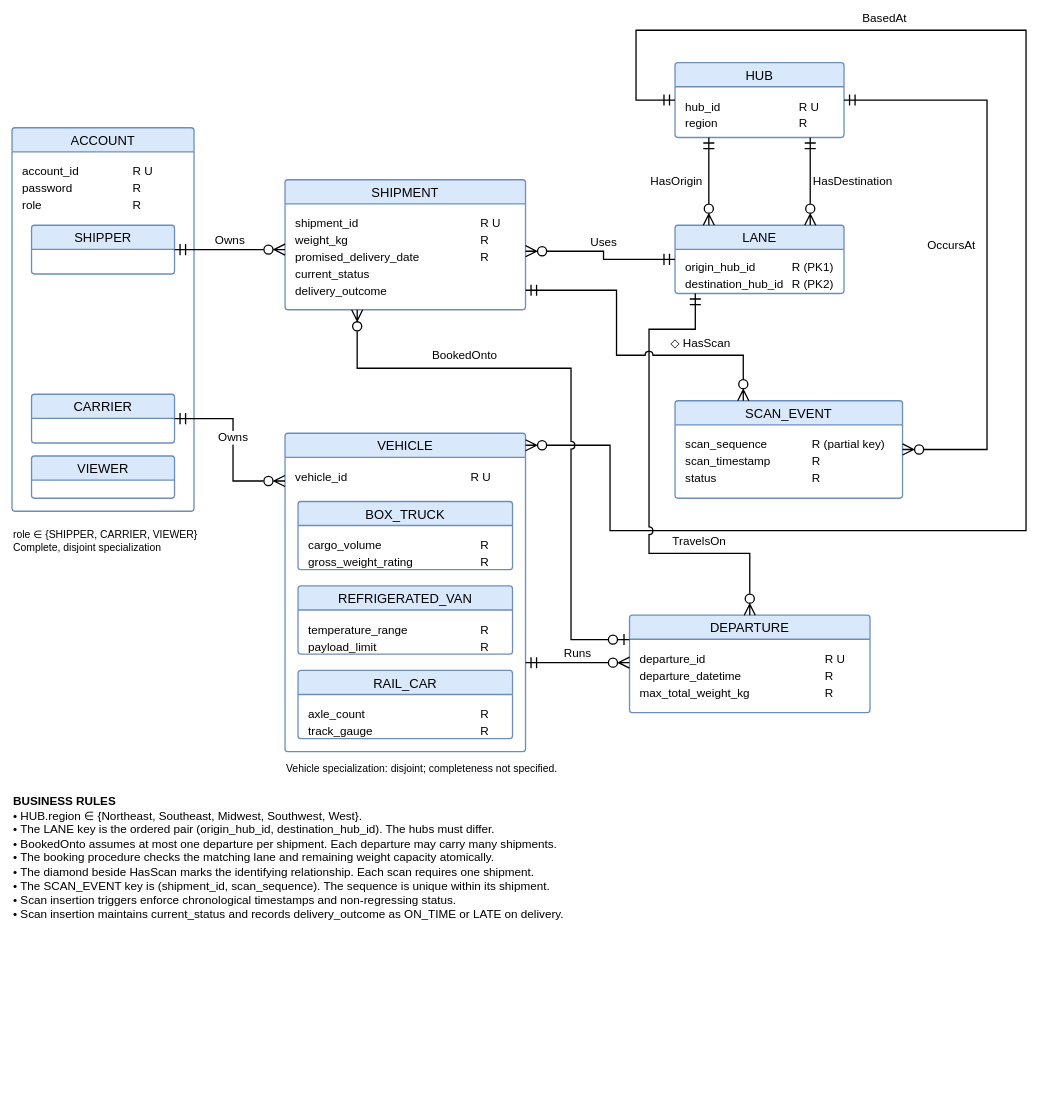
Earlier version of the draw.io diagram diagrams/Final_Revised_ER_Diagram.drawio (Devansh-Khandor/CSC540-Freight-Tracking-System). Source tidied: cells renumbered, new cells numbered last; positions are measured from the earlier drawing's top-left corner, leaving out a move shared by most shapes. Both pictures are drawn from the tidied source at 65%, with x=0, y=0 at pixel (12, 30).
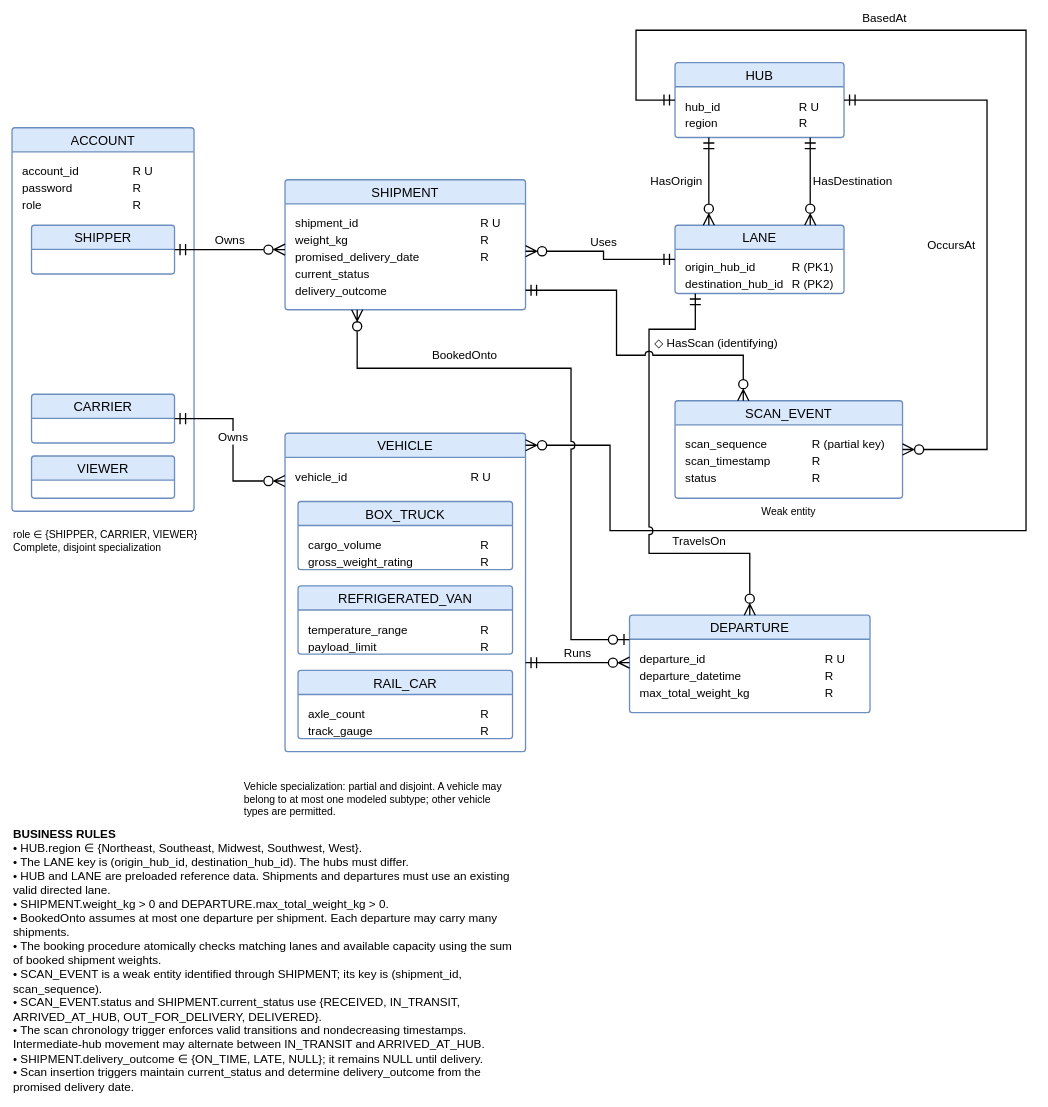
Above is the later version.

Commit message (it also covers changes not shown here):
Finalize ER diagram with weak entity and business rule refinements

The change refers to these unchanged cells:
```xml
<mxCell id="8" value="SHIPMENT" style="swimlane;horizontal=1;startSize=37;rounded=1;fontSize=20;fontStyle=0;strokeWidth=2;shadow=0;dashed=0;align=center;arcSize=4;whiteSpace=wrap;html=1;fillColor=#dae8fc;strokeColor=#6c8ebf;overflow=hidden;" parent="1" vertex="1">
  <mxGeometry x="420" y="230" width="370" height="200" as="geometry" />
</mxCell>
<mxCell id="22" value="SCAN_EVENT" style="swimlane;horizontal=1;startSize=37;rounded=1;fontSize=20;fontStyle=0;strokeWidth=2;shadow=0;dashed=0;align=center;arcSize=4;whiteSpace=wrap;html=1;fillColor=#dae8fc;strokeColor=#6c8ebf;overflow=hidden;" parent="1" vertex="1">
  <mxGeometry x="1020" y="570" width="350" height="150" as="geometry" />
</mxCell>
```

The edit, as a diff of the source:
```diff
@@
-    <mxCell id="35" value="◇ HasScan" style="edgeStyle=orthogonalEdgeStyle;rounded=0;jettySize=auto;html=1;fontSize=18;strokeWidth=2;startSize=14;endSize=14;labelBackgroundColor=default;jumpStyle=arc;jumpSize=10;startArrow=ERmandOne;endArrow=ERzeroToMany;startFill=0;endFill=0;exitX=1;exitY=0.85;exitDx=0;exitDy=0;entryX=0.3;entryY=0;entryDx=0;entryDy=0;" parent="1" edge="1" source="8" target="22">
+    <mxCell id="35" value="◇ HasScan (identifying)" style="edgeStyle=orthogonalEdgeStyle;rounded=0;jettySize=auto;html=1;fontSize=18;strokeWidth=2;startSize=14;endSize=14;labelBackgroundColor=default;jumpStyle=arc;jumpSize=10;startArrow=ERmandOne;endArrow=ERzeroToMany;startFill=0;endFill=0;exitX=1;exitY=0.85;exitDx=0;exitDy=0;entryX=0.3;entryY=0;entryDx=0;entryDy=0;" parent="1" edge="1" source="8" target="22">
       <mxGeometry x="0.46" relative="1" as="geometry">
         <Array as="points">
           <mxPoint x="930" y="400" />
           <mxPoint x="930" y="500" />
           <mxPoint x="1125" y="500" />
         </Array>
-        <mxPoint y="-18" as="offset" />
+        <mxPoint x="24" y="-18" as="offset" />
       </mxGeometry>
     </mxCell>
@@
-    <mxCell id="37" value="&lt;b&gt;BUSINESS RULES&lt;/b&gt;&lt;br&gt;• HUB.region ∈ {Northeast, Southeast, Midwest, Southwest, West}.&lt;br&gt;• The LANE key is the ordered pair (origin_hub_id, destination_hub_id). The hubs must differ.&lt;br&gt;• BookedOnto assumes at most one departure per shipment. Each departure may carry many shipments.&lt;br&gt;• The booking procedure checks the matching lane and remaining weight capacity atomically.&lt;br&gt;• The diamond beside HasScan marks the identifying relationship. Each scan requires one shipment.&lt;br&gt;• The SCAN_EVENT key is (shipment_id, scan_sequence). The sequence is unique within its shipment.&lt;br&gt;• Scan insertion triggers enforce chronological timestamps and non-regressing status.&lt;br&gt;• Scan insertion maintains current_status and records delivery_outcome as ON_TIME or LATE on delivery." style="text;html=1;strokeColor=none;fillColor=none;align=left;verticalAlign=top;whiteSpace=wrap;fontSize=18;" parent="1" vertex="1">
-      <mxGeometry y="1170" width="1050" height="285" as="geometry" />
+    <mxCell id="37" value="&lt;b&gt;BUSINESS RULES&lt;/b&gt;&lt;br&gt;• HUB.region ∈ {Northeast, Southeast, Midwest, Southwest, West}.&lt;br&gt;• The LANE key is (origin_hub_id, destination_hub_id). The hubs must differ.&lt;br&gt;• HUB and LANE are preloaded reference data. Shipments and departures must use an existing valid directed lane.&lt;br&gt;• SHIPMENT.weight_kg &amp;gt; 0 and DEPARTURE.max_total_weight_kg &amp;gt; 0.&lt;br&gt;• BookedOnto assumes at most one departure per shipment. Each departure may carry many shipments.&lt;br&gt;• The booking procedure atomically checks matching lanes and available capacity using the sum of booked shipment weights.&lt;br&gt;• SCAN_EVENT is a weak entity identified through SHIPMENT; its key is (shipment_id, scan_sequence).&lt;br&gt;• SCAN_EVENT.status and SHIPMENT.current_status use {RECEIVED, IN_TRANSIT, ARRIVED_AT_HUB, OUT_FOR_DELIVERY, DELIVERED}.&lt;br&gt;• The scan chronology trigger enforces valid transitions and nondecreasing timestamps. Intermediate-hub movement may alternate between IN_TRANSIT and ARRIVED_AT_HUB.&lt;br&gt;• SHIPMENT.delivery_outcome ∈ {ON_TIME, LATE, NULL}; it remains NULL until delivery.&lt;br&gt;• Scan insertion triggers maintain current_status and determine delivery_outcome from the promised delivery date." style="text;html=1;strokeColor=none;fillColor=none;align=left;verticalAlign=top;whiteSpace=wrap;fontSize=18;" parent="1" vertex="1">
+      <mxGeometry y="1220" width="770" height="420" as="geometry" />
     </mxCell>
-    <mxCell id="38" value="Vehicle specialization: disjoint; completeness not specified." style="text;html=1;strokeColor=none;fillColor=none;align=left;verticalAlign=top;whiteSpace=wrap;fontSize=16;" parent="1" vertex="1">
-      <mxGeometry x="420" y="1120" width="420" height="45" as="geometry" />
+    <mxCell id="38" value="Vehicle specialization: partial and disjoint. A vehicle may belong to at most one modeled subtype; other vehicle types are permitted." style="text;html=1;strokeColor=none;fillColor=none;align=left;verticalAlign=top;whiteSpace=wrap;fontSize=16;" parent="1" vertex="1">
+      <mxGeometry x="355" y="1148" width="420" height="45" as="geometry" />
     </mxCell>
+    <mxCell id="39" value="Weak entity" style="text;html=1;strokeColor=none;fillColor=none;align=center;verticalAlign=middle;whiteSpace=wrap;fontSize=16;" parent="1" vertex="1">
+      <mxGeometry x="1020" y="725" width="350" height="30" as="geometry" />
+    </mxCell>
```
